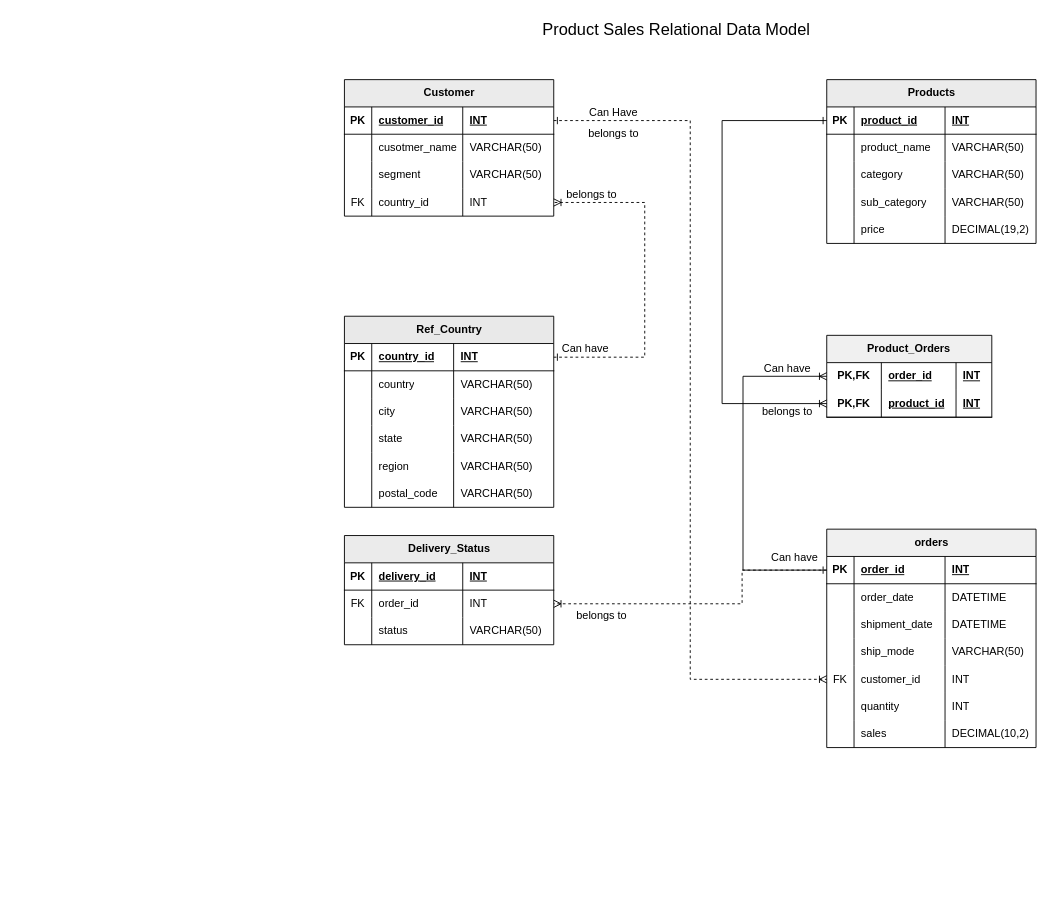
Before: page "product_sales_dm" (2 of 2) of data_modelling/Entity_Relationship_Diagram/relationships/relationships.drawio in HariHaraChandar0715/Data_Warehouse_Learnings, a draw.io diagram. Source tidied: cells renumbered, new cells numbered last; positions are measured from the earlier drawing's top-left corner, leaving out a move shared by most shapes. Both pictures are drawn from the tidied source at 91%, with x=0, y=0 at pixel (344, 15).
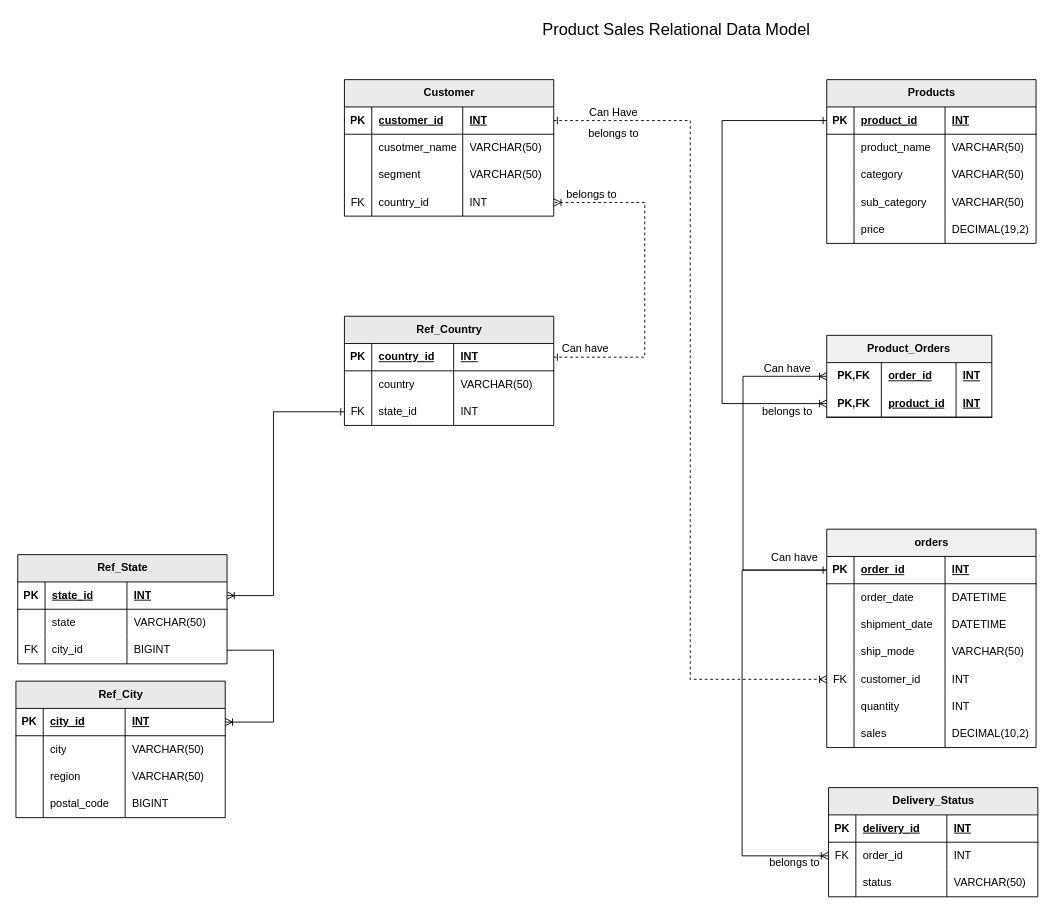
The same diagram, later.

Unchanged cells that the change refers to:
```xml
<mxCell id="66" style="shape=tableRow;horizontal=0;startSize=0;swimlaneHead=0;swimlaneBody=0;fillColor=none;points=[[0,0.5],[1,0.5]];portConstraint=eastwest;top=0;left=0;right=0;bottom=1;" parent="65" vertex="1">
  <mxGeometry y="30" width="230" height="30" as="geometry" />
</mxCell>
<mxCell id="99" style="shape=tableRow;horizontal=0;startSize=0;swimlaneHead=0;swimlaneBody=0;fillColor=none;points=[[0,0.5],[1,0.5]];portConstraint=eastwest;top=0;left=0;right=0;bottom=0;" parent="94" vertex="1">
  <mxGeometry y="60" width="230" height="30" as="geometry" />
</mxCell>
```

The edit, as a diff of the source:
```diff
@@
     <mxCell id="19" value="Ref_Country" style="shape=table;startSize=30;childLayout=tableLayout;rowLines=0;fontStyle=1;align=center;html=1;fillColor=#E9E9E9;" parent="1" vertex="1">
-      <mxGeometry y="330" width="230" height="210" as="geometry" />
+      <mxGeometry y="330" width="230" height="120" as="geometry" />
     </mxCell>
@@
-    <mxCell id="28" style="shape=tableRow;horizontal=0;startSize=0;swimlaneHead=0;swimlaneBody=0;fillColor=none;top=0;left=0;right=0;bottom=0;" parent="19" vertex="1">
-      <mxGeometry y="90" width="230" height="30" as="geometry" />
-    </mxCell>
-    <mxCell id="29" style="shape=partialRectangle;fillColor=none;top=0;left=0;bottom=0;right=0;overflow=hidden;whiteSpace=wrap;html=1;" parent="28" vertex="1">
-      <mxGeometry width="30" height="30" as="geometry" />
-    </mxCell>
-    <mxCell id="30" value="city" style="shape=partialRectangle;fillColor=none;top=0;left=0;bottom=0;right=0;align=left;spacingLeft=6;overflow=hidden;whiteSpace=wrap;html=1;" parent="28" vertex="1">
-      <mxGeometry x="30" width="90" height="30" as="geometry" />
-    </mxCell>
-    <mxCell id="31" value="VARCHAR(50)" style="shape=partialRectangle;fillColor=none;top=0;left=0;bottom=0;right=0;align=left;spacingLeft=6;overflow=hidden;whiteSpace=wrap;html=1;" parent="28" vertex="1">
-      <mxGeometry x="120" width="110" height="30" as="geometry" />
-    </mxCell>
     <mxCell id="32" style="shape=tableRow;horizontal=0;startSize=0;swimlaneHead=0;swimlaneBody=0;fillColor=none;points=[[0,0.5],[1,0.5]];portConstraint=eastwest;top=0;left=0;right=0;bottom=0;" parent="19" vertex="1">
-      <mxGeometry y="120" width="230" height="30" as="geometry" />
+      <mxGeometry y="90" width="230" height="30" as="geometry" />
     </mxCell>
-    <mxCell id="33" style="shape=partialRectangle;fillColor=none;top=0;left=0;bottom=0;right=0;overflow=hidden;whiteSpace=wrap;html=1;" parent="32" vertex="1">
+    <mxCell id="33" value="FK" style="shape=partialRectangle;fillColor=none;top=0;left=0;bottom=0;right=0;overflow=hidden;whiteSpace=wrap;html=1;" parent="32" vertex="1">
       <mxGeometry width="30" height="30" as="geometry" />
     </mxCell>
-    <mxCell id="34" value="state" style="shape=partialRectangle;fillColor=none;top=0;left=0;bottom=0;right=0;align=left;spacingLeft=6;overflow=hidden;whiteSpace=wrap;html=1;" parent="32" vertex="1">
+    <mxCell id="34" value="state_id" style="shape=partialRectangle;fillColor=none;top=0;left=0;bottom=0;right=0;align=left;spacingLeft=6;overflow=hidden;whiteSpace=wrap;html=1;" parent="32" vertex="1">
       <mxGeometry x="30" width="90" height="30" as="geometry" />
     </mxCell>
-    <mxCell id="35" value="VARCHAR(50)" style="shape=partialRectangle;fillColor=none;top=0;left=0;bottom=0;right=0;align=left;spacingLeft=6;overflow=hidden;whiteSpace=wrap;html=1;" parent="32" vertex="1">
+    <mxCell id="35" value="INT" style="shape=partialRectangle;fillColor=none;top=0;left=0;bottom=0;right=0;align=left;spacingLeft=6;overflow=hidden;whiteSpace=wrap;html=1;" parent="32" vertex="1">
       <mxGeometry x="120" width="110" height="30" as="geometry" />
     </mxCell>
-    <mxCell id="36" style="shape=tableRow;horizontal=0;startSize=0;swimlaneHead=0;swimlaneBody=0;fillColor=none;top=0;left=0;right=0;bottom=0;" parent="19" vertex="1">
-      <mxGeometry y="150" width="230" height="30" as="geometry" />
-    </mxCell>
-    <mxCell id="37" style="shape=partialRectangle;fillColor=none;top=0;left=0;bottom=0;right=0;overflow=hidden;whiteSpace=wrap;html=1;" parent="36" vertex="1">
-      <mxGeometry width="30" height="30" as="geometry" />
-    </mxCell>
-    <mxCell id="38" value="region" style="shape=partialRectangle;fillColor=none;top=0;left=0;bottom=0;right=0;align=left;spacingLeft=6;overflow=hidden;whiteSpace=wrap;html=1;" parent="36" vertex="1">
-      <mxGeometry x="30" width="90" height="30" as="geometry" />
-    </mxCell>
-    <mxCell id="39" value="VARCHAR(50)" style="shape=partialRectangle;fillColor=none;top=0;left=0;bottom=0;right=0;align=left;spacingLeft=6;overflow=hidden;whiteSpace=wrap;html=1;" parent="36" vertex="1">
-      <mxGeometry x="120" width="110" height="30" as="geometry" />
-    </mxCell>
-    <mxCell id="40" style="shape=tableRow;horizontal=0;startSize=0;swimlaneHead=0;swimlaneBody=0;fillColor=none;top=0;left=0;right=0;bottom=0;" parent="19" vertex="1">
-      <mxGeometry y="180" width="230" height="30" as="geometry" />
-    </mxCell>
-    <mxCell id="41" style="shape=partialRectangle;fillColor=none;top=0;left=0;bottom=0;right=0;overflow=hidden;whiteSpace=wrap;html=1;" parent="40" vertex="1">
-      <mxGeometry width="30" height="30" as="geometry" />
-    </mxCell>
-    <mxCell id="42" value="postal_code" style="shape=partialRectangle;fillColor=none;top=0;left=0;bottom=0;right=0;align=left;spacingLeft=6;overflow=hidden;whiteSpace=wrap;html=1;" parent="40" vertex="1">
-      <mxGeometry x="30" width="90" height="30" as="geometry" />
-    </mxCell>
-    <mxCell id="43" value="VARCHAR(50)" style="shape=partialRectangle;fillColor=none;top=0;left=0;bottom=0;right=0;align=left;spacingLeft=6;overflow=hidden;whiteSpace=wrap;html=1;" parent="40" vertex="1">
-      <mxGeometry x="120" width="110" height="30" as="geometry" />
-    </mxCell>
@@
     <mxCell id="94" value="Delivery_Status" style="shape=table;startSize=30;childLayout=tableLayout;rowLines=0;fontStyle=1;align=center;html=1;fillColor=#EBEBEB;" parent="1" vertex="1">
-      <mxGeometry y="571" width="230" height="120" as="geometry" />
+      <mxGeometry x="532" y="848" width="230" height="120" as="geometry" />
     </mxCell>
@@
     <mxCell id="114" value="belongs to" style="text;html=1;whiteSpace=wrap;strokeColor=none;fillColor=none;align=center;verticalAlign=middle;rounded=0;" parent="1" vertex="1">
-      <mxGeometry x="253" y="644" width="60" height="30" as="geometry" />
+      <mxGeometry x="465" y="916" width="60" height="30" as="geometry" />
     </mxCell>
@@
-    <mxCell id="129" style="edgeStyle=orthogonalEdgeStyle;fontSize=12;html=1;endArrow=ERoneToMany;rounded=0;entryX=1;entryY=0.5;entryDx=0;entryDy=0;exitX=0;exitY=0.5;exitDx=0;exitDy=0;dashed=1;" parent="1" edge="1" source="66" target="99">
+    <mxCell id="129" style="edgeStyle=orthogonalEdgeStyle;fontSize=12;html=1;endArrow=ERoneToMany;rounded=0;exitX=0;exitY=0.5;exitDx=0;exitDy=0;" parent="1" edge="1" source="66" target="99">
       <mxGeometry relative="1" as="geometry">
         <Array as="points">
           <mxPoint x="437" y="609" />
-          <mxPoint x="437" y="646" />
+          <mxPoint x="437" y="923" />
         </Array>
       </mxGeometry>
     </mxCell>
+    <mxCell id="130" value="Ref_State" style="shape=table;startSize=30;childLayout=tableLayout;rowLines=0;fontStyle=1;align=center;html=1;fillColor=#E9E9E9;" parent="1" vertex="1">
+      <mxGeometry x="-359" y="592" width="230" height="120" as="geometry" />
+    </mxCell>
+    <mxCell id="131" style="shape=tableRow;horizontal=0;startSize=0;swimlaneHead=0;swimlaneBody=0;fillColor=none;points=[[0,0.5],[1,0.5]];portConstraint=eastwest;top=0;left=0;right=0;bottom=1;" parent="130" vertex="1">
+      <mxGeometry y="30" width="230" height="30" as="geometry" />
+    </mxCell>
+    <mxCell id="132" value="PK" style="shape=partialRectangle;fillColor=none;top=0;left=0;bottom=0;right=0;fontStyle=1;overflow=hidden;whiteSpace=wrap;html=1;" parent="131" vertex="1">
+      <mxGeometry width="30" height="30" as="geometry" />
+    </mxCell>
+    <mxCell id="133" value="state_id" style="shape=partialRectangle;fillColor=none;top=0;left=0;bottom=0;right=0;align=left;spacingLeft=6;fontStyle=5;overflow=hidden;whiteSpace=wrap;html=1;" parent="131" vertex="1">
+      <mxGeometry x="30" width="90" height="30" as="geometry" />
+    </mxCell>
+    <mxCell id="134" value="INT" style="shape=partialRectangle;fillColor=none;top=0;left=0;bottom=0;right=0;align=left;spacingLeft=6;fontStyle=5;overflow=hidden;whiteSpace=wrap;html=1;" parent="131" vertex="1">
+      <mxGeometry x="120" width="110" height="30" as="geometry" />
+    </mxCell>
+    <mxCell id="135" style="shape=tableRow;horizontal=0;startSize=0;swimlaneHead=0;swimlaneBody=0;fillColor=none;top=0;left=0;right=0;bottom=0;" parent="130" vertex="1">
+      <mxGeometry y="60" width="230" height="30" as="geometry" />
+    </mxCell>
+    <mxCell id="136" style="shape=partialRectangle;fillColor=none;top=0;left=0;bottom=0;right=0;overflow=hidden;whiteSpace=wrap;html=1;" parent="135" vertex="1">
+      <mxGeometry width="30" height="30" as="geometry" />
+    </mxCell>
+    <mxCell id="137" value="state" style="shape=partialRectangle;fillColor=none;top=0;left=0;bottom=0;right=0;align=left;spacingLeft=6;overflow=hidden;whiteSpace=wrap;html=1;" parent="135" vertex="1">
+      <mxGeometry x="30" width="90" height="30" as="geometry" />
+    </mxCell>
+    <mxCell id="138" value="VARCHAR(50)" style="shape=partialRectangle;fillColor=none;top=0;left=0;bottom=0;right=0;align=left;spacingLeft=6;overflow=hidden;whiteSpace=wrap;html=1;" parent="135" vertex="1">
+      <mxGeometry x="120" width="110" height="30" as="geometry" />
+    </mxCell>
+    <mxCell id="139" style="shape=tableRow;horizontal=0;startSize=0;swimlaneHead=0;swimlaneBody=0;fillColor=none;points=[[0,0.5],[1,0.5]];portConstraint=eastwest;top=0;left=0;right=0;bottom=0;" parent="130" vertex="1">
+      <mxGeometry y="90" width="230" height="30" as="geometry" />
+    </mxCell>
+    <mxCell id="140" value="FK" style="shape=partialRectangle;fillColor=none;top=0;left=0;bottom=0;right=0;overflow=hidden;whiteSpace=wrap;html=1;" parent="139" vertex="1">
+      <mxGeometry width="30" height="30" as="geometry" />
+    </mxCell>
+    <mxCell id="141" value="city_id" style="shape=partialRectangle;fillColor=none;top=0;left=0;bottom=0;right=0;align=left;spacingLeft=6;overflow=hidden;whiteSpace=wrap;html=1;" parent="139" vertex="1">
+      <mxGeometry x="30" width="90" height="30" as="geometry" />
+    </mxCell>
+    <mxCell id="142" value="BIGINT" style="shape=partialRectangle;fillColor=none;top=0;left=0;bottom=0;right=0;align=left;spacingLeft=6;overflow=hidden;whiteSpace=wrap;html=1;" parent="139" vertex="1">
+      <mxGeometry x="120" width="110" height="30" as="geometry" />
+    </mxCell>
+    <mxCell id="143" value="Ref_City" style="shape=table;startSize=30;childLayout=tableLayout;rowLines=0;fontStyle=1;align=center;html=1;fillColor=#E9E9E9;" parent="1" vertex="1">
+      <mxGeometry x="-361" y="731" width="230" height="150" as="geometry" />
+    </mxCell>
+    <mxCell id="144" style="shape=tableRow;horizontal=0;startSize=0;swimlaneHead=0;swimlaneBody=0;fillColor=none;points=[[0,0.5],[1,0.5]];portConstraint=eastwest;top=0;left=0;right=0;bottom=1;" parent="143" vertex="1">
+      <mxGeometry y="30" width="230" height="30" as="geometry" />
+    </mxCell>
+    <mxCell id="145" value="PK" style="shape=partialRectangle;fillColor=none;top=0;left=0;bottom=0;right=0;fontStyle=1;overflow=hidden;whiteSpace=wrap;html=1;" parent="144" vertex="1">
+      <mxGeometry width="30" height="30" as="geometry" />
+    </mxCell>
+    <mxCell id="146" value="city_id" style="shape=partialRectangle;fillColor=none;top=0;left=0;bottom=0;right=0;align=left;spacingLeft=6;fontStyle=5;overflow=hidden;whiteSpace=wrap;html=1;" parent="144" vertex="1">
+      <mxGeometry x="30" width="90" height="30" as="geometry" />
+    </mxCell>
+    <mxCell id="147" value="INT" style="shape=partialRectangle;fillColor=none;top=0;left=0;bottom=0;right=0;align=left;spacingLeft=6;fontStyle=5;overflow=hidden;whiteSpace=wrap;html=1;" parent="144" vertex="1">
+      <mxGeometry x="120" width="110" height="30" as="geometry" />
+    </mxCell>
+    <mxCell id="148" style="shape=tableRow;horizontal=0;startSize=0;swimlaneHead=0;swimlaneBody=0;fillColor=none;top=0;left=0;right=0;bottom=0;" parent="143" vertex="1">
+      <mxGeometry y="60" width="230" height="30" as="geometry" />
+    </mxCell>
+    <mxCell id="149" style="shape=partialRectangle;fillColor=none;top=0;left=0;bottom=0;right=0;overflow=hidden;whiteSpace=wrap;html=1;" parent="148" vertex="1">
+      <mxGeometry width="30" height="30" as="geometry" />
+    </mxCell>
+    <mxCell id="30" value="city" style="shape=partialRectangle;fillColor=none;top=0;left=0;bottom=0;right=0;align=left;spacingLeft=6;overflow=hidden;whiteSpace=wrap;html=1;" parent="148" vertex="1">
+      <mxGeometry x="30" width="90" height="30" as="geometry" />
+    </mxCell>
+    <mxCell id="150" value="VARCHAR(50)" style="shape=partialRectangle;fillColor=none;top=0;left=0;bottom=0;right=0;align=left;spacingLeft=6;overflow=hidden;whiteSpace=wrap;html=1;" parent="148" vertex="1">
+      <mxGeometry x="120" width="110" height="30" as="geometry" />
+    </mxCell>
+    <mxCell id="151" style="shape=tableRow;horizontal=0;startSize=0;swimlaneHead=0;swimlaneBody=0;fillColor=none;top=0;left=0;right=0;bottom=0;" parent="143" vertex="1">
+      <mxGeometry y="90" width="230" height="30" as="geometry" />
+    </mxCell>
+    <mxCell id="152" style="shape=partialRectangle;fillColor=none;top=0;left=0;bottom=0;right=0;overflow=hidden;whiteSpace=wrap;html=1;" parent="151" vertex="1">
+      <mxGeometry width="30" height="30" as="geometry" />
+    </mxCell>
+    <mxCell id="38" value="region" style="shape=partialRectangle;fillColor=none;top=0;left=0;bottom=0;right=0;align=left;spacingLeft=6;overflow=hidden;whiteSpace=wrap;html=1;" parent="151" vertex="1">
+      <mxGeometry x="30" width="90" height="30" as="geometry" />
+    </mxCell>
+    <mxCell id="153" value="VARCHAR(50)" style="shape=partialRectangle;fillColor=none;top=0;left=0;bottom=0;right=0;align=left;spacingLeft=6;overflow=hidden;whiteSpace=wrap;html=1;" parent="151" vertex="1">
+      <mxGeometry x="120" width="110" height="30" as="geometry" />
+    </mxCell>
+    <mxCell id="154" style="shape=tableRow;horizontal=0;startSize=0;swimlaneHead=0;swimlaneBody=0;fillColor=none;top=0;left=0;right=0;bottom=0;" parent="143" vertex="1">
+      <mxGeometry y="120" width="230" height="30" as="geometry" />
+    </mxCell>
+    <mxCell id="155" style="shape=partialRectangle;fillColor=none;top=0;left=0;bottom=0;right=0;overflow=hidden;whiteSpace=wrap;html=1;" parent="154" vertex="1">
+      <mxGeometry width="30" height="30" as="geometry" />
+    </mxCell>
+    <mxCell id="42" value="postal_code" style="shape=partialRectangle;fillColor=none;top=0;left=0;bottom=0;right=0;align=left;spacingLeft=6;overflow=hidden;whiteSpace=wrap;html=1;" parent="154" vertex="1">
+      <mxGeometry x="30" width="90" height="30" as="geometry" />
+    </mxCell>
+    <mxCell id="156" value="BIGINT" style="shape=partialRectangle;fillColor=none;top=0;left=0;bottom=0;right=0;align=left;spacingLeft=6;overflow=hidden;whiteSpace=wrap;html=1;" parent="154" vertex="1">
+      <mxGeometry x="120" width="110" height="30" as="geometry" />
+    </mxCell>
+    <mxCell id="157" style="edgeStyle=orthogonalEdgeStyle;fontSize=12;html=1;endArrow=ERoneToMany;rounded=0;exitX=0;exitY=0.5;exitDx=0;exitDy=0;entryX=1;entryY=0.5;entryDx=0;entryDy=0;startArrow=ERone;startFill=0;" parent="1" edge="1" source="32" target="131">
+      <mxGeometry relative="1" as="geometry">
+        <Array as="points">
+          <mxPoint x="-78" y="435" />
+          <mxPoint x="-78" y="637" />
+        </Array>
+      </mxGeometry>
+    </mxCell>
+    <mxCell id="158" style="edgeStyle=orthogonalEdgeStyle;fontSize=12;html=1;endArrow=ERoneToMany;rounded=0;exitX=1;exitY=0.5;exitDx=0;exitDy=0;entryX=1;entryY=0.5;entryDx=0;entryDy=0;" parent="1" edge="1" source="139" target="144">
+      <mxGeometry relative="1" as="geometry">
+        <Array as="points">
+          <mxPoint x="-78" y="697" />
+          <mxPoint x="-78" y="776" />
+        </Array>
+      </mxGeometry>
+    </mxCell>
```
